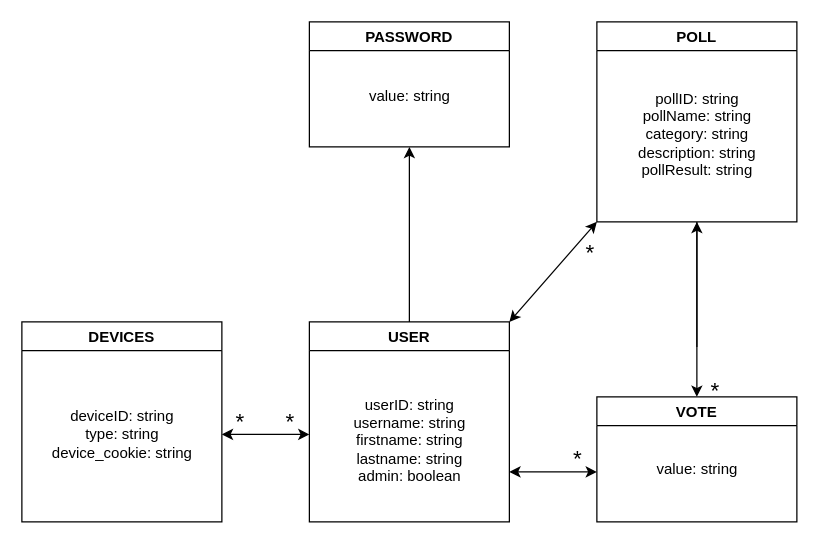
Before: Assignments/AssignmentA/DomainModel/DomainModel.drawio in LisaEliassen/DAT250_Project, a draw.io diagram. Source tidied: cells renumbered, new cells numbered last; positions are measured from the earlier drawing's top-left corner, leaving out a move shared by most shapes. Both pictures are drawn from the tidied source at 125%, with x=0, y=0 at pixel (21, 21).
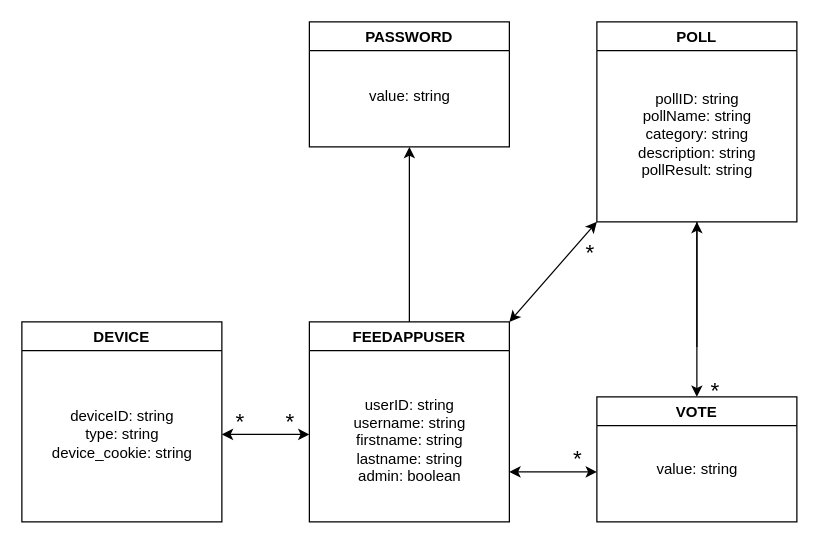
After the change.

The edit, as a diff of the source:
```diff
@@
-    <mxCell id="2" value="USER" style="swimlane;" parent="1" vertex="1">
+    <mxCell id="2" value="FEEDAPPUSER" style="swimlane;" parent="1" vertex="1">
       <mxGeometry x="230" y="240" width="160" height="160" as="geometry" />
     </mxCell>
@@
-    <mxCell id="18" value="DEVICES" style="swimlane;" parent="1" vertex="1">
+    <mxCell id="18" value="DEVICE" style="swimlane;" parent="1" vertex="1">
       <mxGeometry y="240" width="160" height="160" as="geometry" />
     </mxCell>
```
